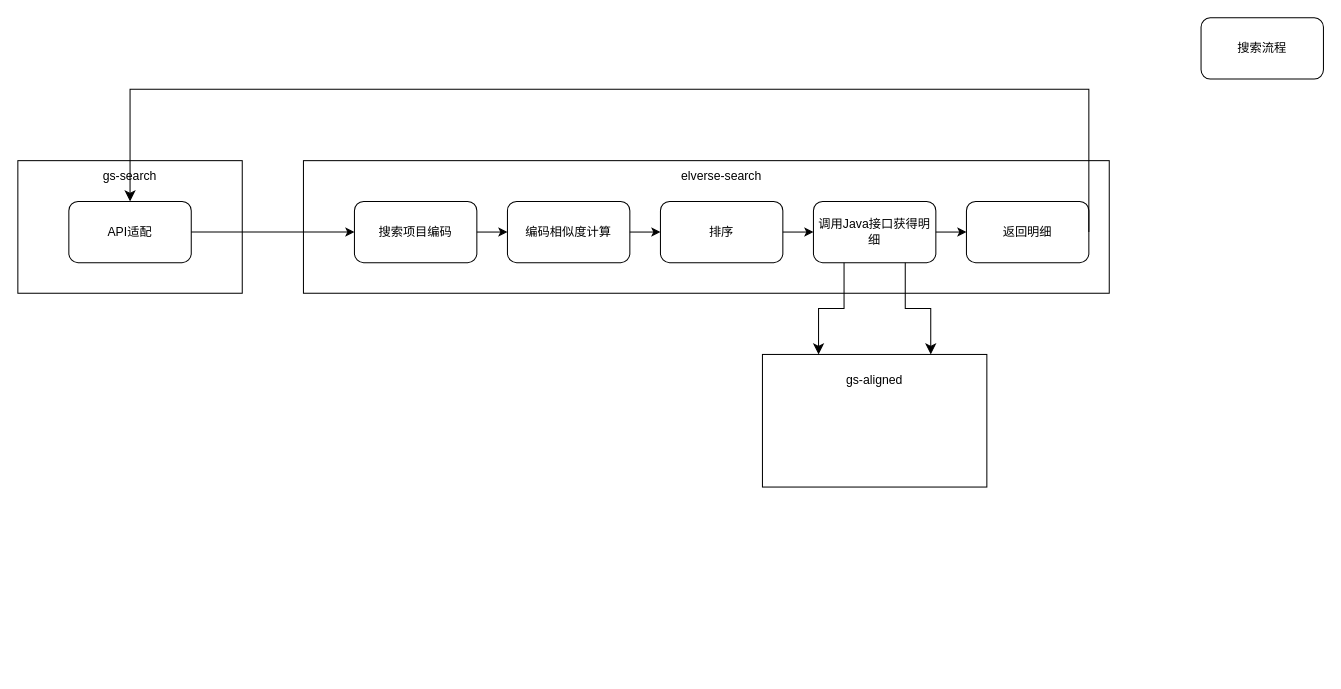
Before: 对码/国寿三目录架构图.drawio in XiaoLiuAI/diagrams, a draw.io diagram. Source tidied: cells renumbered, new cells numbered last; positions are measured from the earlier drawing's top-left corner, leaving out a move shared by most shapes. Both pictures are drawn from the tidied source at 102%, with x=0, y=0 at pixel (17, 17).
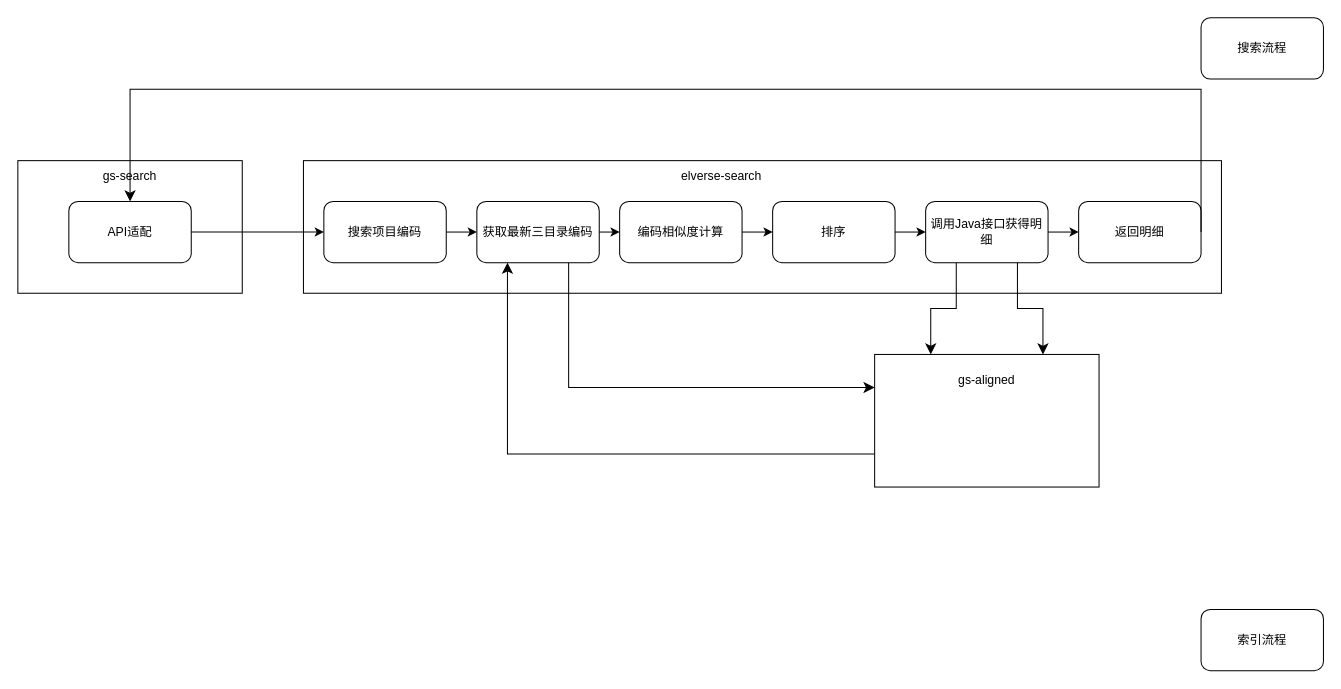
After the change.

Commit message (it also covers changes not shown here):
更新国寿三目录架构图.drawio

Diff of the diagram source:
```diff
@@
     <mxCell id="2" style="rounded=0;whiteSpace=wrap;html=1;" parent="1" vertex="1">
-      <mxGeometry x="280" y="140" width="790" height="130" as="geometry" />
+      <mxGeometry x="280" y="140" width="900" height="130" as="geometry" />
     </mxCell>
@@
     <mxCell id="6" value="搜索项目编码" style="rounded=1;whiteSpace=wrap;html=1;" parent="1" vertex="1">
-      <mxGeometry x="330" y="180" width="120" height="60" as="geometry" />
+      <mxGeometry x="300" y="180" width="120" height="60" as="geometry" />
     </mxCell>
@@
     <mxCell id="8" value="编码相似度计算" style="rounded=1;whiteSpace=wrap;html=1;" parent="1" vertex="1">
-      <mxGeometry x="480" y="180" width="120" height="60" as="geometry" />
+      <mxGeometry x="590" y="180" width="120" height="60" as="geometry" />
     </mxCell>
     <mxCell id="9" value="排序" style="rounded=1;whiteSpace=wrap;html=1;" parent="1" vertex="1">
-      <mxGeometry x="630" y="180" width="120" height="60" as="geometry" />
+      <mxGeometry x="740" y="180" width="120" height="60" as="geometry" />
     </mxCell>
     <mxCell id="10" value="调用Java接口获得明细" style="rounded=1;whiteSpace=wrap;html=1;" parent="1" vertex="1">
-      <mxGeometry x="780" y="180" width="120" height="60" as="geometry" />
+      <mxGeometry x="890" y="180" width="120" height="60" as="geometry" />
     </mxCell>
     <mxCell id="11" value="返回明细" style="rounded=1;whiteSpace=wrap;html=1;" parent="1" vertex="1">
-      <mxGeometry x="930" y="180" width="120" height="60" as="geometry" />
+      <mxGeometry x="1040" y="180" width="120" height="60" as="geometry" />
     </mxCell>
@@
-    <mxCell id="13" style="endArrow=classic;html=1;rounded=0;entryX=0;entryY=0.5;entryDx=0;entryDy=0;" parent="1" edge="1" source="6" target="8">
+    <mxCell id="13" style="endArrow=classic;html=1;rounded=0;entryX=0;entryY=0.5;entryDx=0;entryDy=0;" parent="1" edge="1" source="6" target="24">
       <mxGeometry relative="1" as="geometry" />
     </mxCell>
@@
     <mxCell id="18" style="rounded=0;whiteSpace=wrap;html=1;" parent="1" vertex="1">
-      <mxGeometry x="730" y="330" width="220" height="130" as="geometry" />
+      <mxGeometry x="840" y="330" width="220" height="130" as="geometry" />
     </mxCell>
     <mxCell id="19" value="gs-aligned" style="text;html=1;strokeColor=none;fillColor=none;align=center;verticalAlign=middle;whiteSpace=wrap;rounded=0;" parent="1" vertex="1">
-      <mxGeometry x="810" y="340" width="60" height="30" as="geometry" />
+      <mxGeometry x="920" y="340" width="60" height="30" as="geometry" />
     </mxCell>
@@
+    <mxCell id="23" value="索引流程" style="rounded=1;whiteSpace=wrap;html=1;" parent="1" vertex="1">
+      <mxGeometry x="1160" y="580" width="120" height="60" as="geometry" />
+    </mxCell>
+    <mxCell id="24" value="获取最新三目录编码" style="rounded=1;whiteSpace=wrap;html=1;" parent="1" vertex="1">
+      <mxGeometry x="450" y="180" width="120" height="60" as="geometry" />
+    </mxCell>
+    <mxCell id="25" style="endArrow=classic;html=1;rounded=0;entryX=0;entryY=0.5;entryDx=0;entryDy=0;exitX=1;exitY=0.5;exitDx=0;exitDy=0;" parent="1" edge="1" source="24" target="8">
+      <mxGeometry relative="1" as="geometry" />
+    </mxCell>
+    <mxCell id="26" style="edgeStyle=segmentEdgeStyle;endArrow=classic;html=1;curved=0;rounded=0;endSize=8;startSize=8;exitX=0.75;exitY=1;exitDx=0;exitDy=0;entryX=0;entryY=0.25;entryDx=0;entryDy=0;" parent="1" edge="1" source="24" target="18">
+      <mxGeometry relative="1" as="geometry">
+        <Array as="points">
+          <mxPoint x="540" y="363" />
+        </Array>
+      </mxGeometry>
+    </mxCell>
+    <mxCell id="27" style="edgeStyle=segmentEdgeStyle;endArrow=classic;html=1;curved=0;rounded=0;endSize=8;startSize=8;exitX=0;exitY=0.75;exitDx=0;exitDy=0;entryX=0.25;entryY=1;entryDx=0;entryDy=0;" parent="1" edge="1" source="18" target="24">
+      <mxGeometry relative="1" as="geometry">
+        <Array as="points">
+          <mxPoint x="480" y="428" />
+        </Array>
+      </mxGeometry>
+    </mxCell>
```
